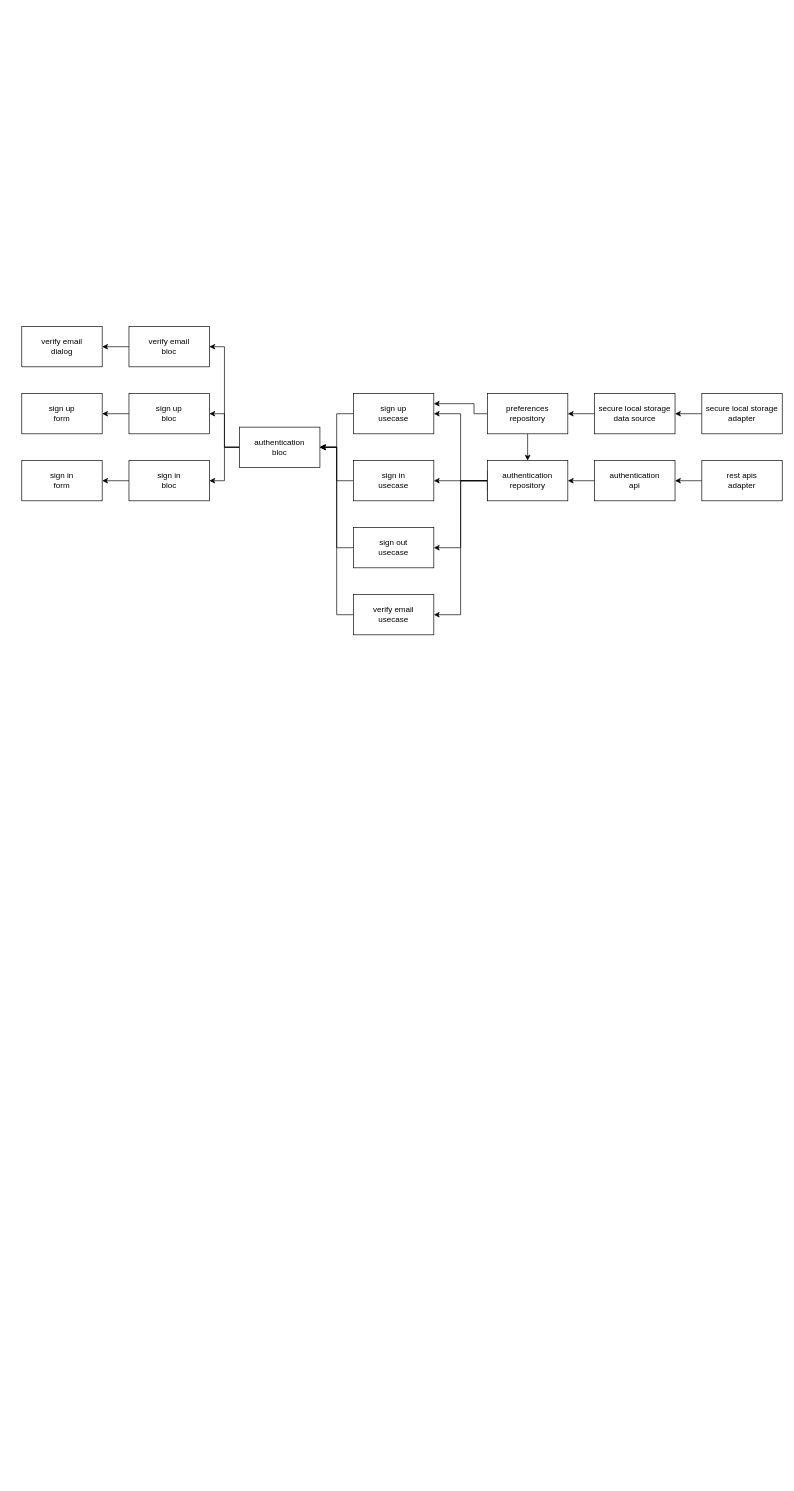
This is app_diagram.drawio from tehort/clean_architecture_template_application, a draw.io file, before an edit. Source tidied: cells renumbered, new cells numbered last; positions are measured from the earlier drawing's top-left corner, leaving out a move shared by most shapes. Both pictures are drawn from the tidied source at 67%, with x=0, y=0 at pixel (21, 326).
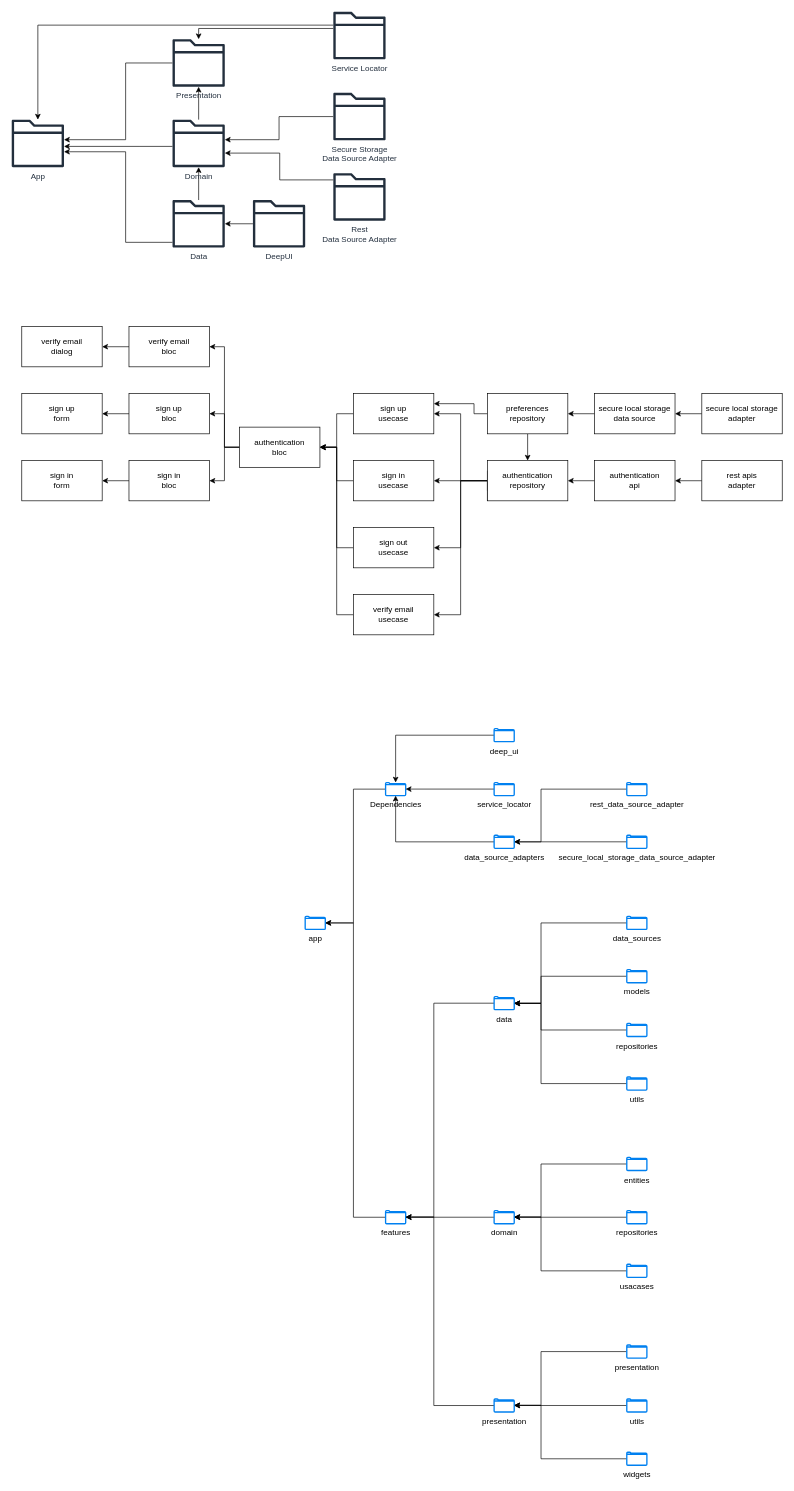
After the change.

What changed in the source:
```diff
@@
+    <mxCell id="39" value="App" style="sketch=0;outlineConnect=0;fontColor=#232F3E;gradientColor=none;fillColor=#232F3D;strokeColor=none;dashed=0;verticalLabelPosition=bottom;verticalAlign=top;align=center;html=1;fontSize=12;fontStyle=0;shape=mxgraph.aws4.folder;" parent="1" vertex="1">
+      <mxGeometry x="-15" y="-309" width="78" height="71" as="geometry" />
+    </mxCell>
+    <mxCell id="40" style="edgeStyle=orthogonalEdgeStyle;rounded=0;jettySize=auto;html=1;" parent="1" edge="1" source="41" target="39">
+      <mxGeometry relative="1" as="geometry">
+        <Array as="points">
+          <mxPoint x="155" y="-394" />
+          <mxPoint x="155" y="-279" />
+        </Array>
+      </mxGeometry>
+    </mxCell>
+    <mxCell id="41" value="Presentation" style="sketch=0;outlineConnect=0;fontColor=#232F3E;gradientColor=none;fillColor=#232F3D;strokeColor=none;dashed=0;verticalLabelPosition=bottom;verticalAlign=top;align=center;html=1;fontSize=12;fontStyle=0;shape=mxgraph.aws4.folder;" parent="1" vertex="1">
+      <mxGeometry x="225" y="-429" width="78" height="71" as="geometry" />
+    </mxCell>
+    <mxCell id="42" style="edgeStyle=orthogonalEdgeStyle;rounded=0;jettySize=auto;html=1;" parent="1" edge="1" target="39">
+      <mxGeometry relative="1" as="geometry">
+        <mxPoint x="225" y="-125.8" as="sourcePoint" />
+        <Array as="points">
+          <mxPoint x="155" y="-126" />
+          <mxPoint x="155" y="-261" />
+        </Array>
+      </mxGeometry>
+    </mxCell>
+    <mxCell id="43" style="edgeStyle=orthogonalEdgeStyle;rounded=0;jettySize=auto;html=1;" parent="1" edge="1" source="44" target="47">
+      <mxGeometry relative="1" as="geometry" />
+    </mxCell>
+    <mxCell id="44" value="Data" style="sketch=0;outlineConnect=0;fontColor=#232F3E;gradientColor=none;fillColor=#232F3D;strokeColor=none;dashed=0;verticalLabelPosition=bottom;verticalAlign=top;align=center;html=1;fontSize=12;fontStyle=0;shape=mxgraph.aws4.folder;" parent="1" vertex="1">
+      <mxGeometry x="225" y="-189" width="78" height="71" as="geometry" />
+    </mxCell>
+    <mxCell id="45" style="edgeStyle=orthogonalEdgeStyle;rounded=0;jettySize=auto;html=1;" parent="1" edge="1" source="47" target="39">
+      <mxGeometry relative="1" as="geometry">
+        <Array as="points">
+          <mxPoint x="175" y="-269" />
+          <mxPoint x="175" y="-269" />
+        </Array>
+      </mxGeometry>
+    </mxCell>
+    <mxCell id="46" style="edgeStyle=orthogonalEdgeStyle;rounded=0;jettySize=auto;html=1;" parent="1" edge="1" source="47" target="41">
+      <mxGeometry relative="1" as="geometry" />
+    </mxCell>
+    <mxCell id="47" value="Domain" style="sketch=0;outlineConnect=0;fontColor=#232F3E;gradientColor=none;fillColor=#232F3D;strokeColor=none;dashed=0;verticalLabelPosition=bottom;verticalAlign=top;align=center;html=1;fontSize=12;fontStyle=0;shape=mxgraph.aws4.folder;" parent="1" vertex="1">
+      <mxGeometry x="225" y="-309" width="78" height="71" as="geometry" />
+    </mxCell>
+    <mxCell id="48" style="edgeStyle=orthogonalEdgeStyle;rounded=0;jettySize=auto;html=1;" parent="1" edge="1" source="50" target="41">
+      <mxGeometry relative="1" as="geometry">
+        <Array as="points">
+          <mxPoint x="264" y="-445" />
+        </Array>
+      </mxGeometry>
+    </mxCell>
+    <mxCell id="49" style="edgeStyle=orthogonalEdgeStyle;rounded=0;jettySize=auto;html=1;" parent="1" edge="1" source="50" target="39">
+      <mxGeometry relative="1" as="geometry">
+        <Array as="points">
+          <mxPoint x="24" y="-450" />
+        </Array>
+      </mxGeometry>
+    </mxCell>
+    <mxCell id="50" value="Service Locator" style="sketch=0;outlineConnect=0;fontColor=#232F3E;gradientColor=none;fillColor=#232F3D;strokeColor=none;dashed=0;verticalLabelPosition=bottom;verticalAlign=top;align=center;html=1;fontSize=12;fontStyle=0;shape=mxgraph.aws4.folder;" parent="1" vertex="1">
+      <mxGeometry x="465" y="-470" width="78" height="71" as="geometry" />
+    </mxCell>
+    <mxCell id="51" style="edgeStyle=orthogonalEdgeStyle;rounded=0;jettySize=auto;html=1;" parent="1" edge="1" source="52" target="47">
+      <mxGeometry relative="1" as="geometry">
+        <Array as="points">
+          <mxPoint x="385" y="-219" />
+          <mxPoint x="385" y="-259" />
+        </Array>
+      </mxGeometry>
+    </mxCell>
+    <mxCell id="52" value="Rest &lt;br&gt;Data Source Adapter" style="sketch=0;outlineConnect=0;fontColor=#232F3E;gradientColor=none;fillColor=#232F3D;strokeColor=none;dashed=0;verticalLabelPosition=bottom;verticalAlign=top;align=center;html=1;fontSize=12;fontStyle=0;shape=mxgraph.aws4.folder;" parent="1" vertex="1">
+      <mxGeometry x="465" y="-229" width="78" height="71" as="geometry" />
+    </mxCell>
+    <mxCell id="53" style="edgeStyle=orthogonalEdgeStyle;rounded=0;jettySize=auto;html=1;" parent="1" edge="1" source="54" target="47">
+      <mxGeometry relative="1" as="geometry">
+        <Array as="points">
+          <mxPoint x="384" y="-313" />
+          <mxPoint x="384" y="-279" />
+        </Array>
+      </mxGeometry>
+    </mxCell>
+    <mxCell id="54" value="Secure Storage &lt;br&gt;Data Source Adapter" style="sketch=0;outlineConnect=0;fontColor=#232F3E;gradientColor=none;fillColor=#232F3D;strokeColor=none;dashed=0;verticalLabelPosition=bottom;verticalAlign=top;align=center;html=1;fontSize=12;fontStyle=0;shape=mxgraph.aws4.folder;" parent="1" vertex="1">
+      <mxGeometry x="465" y="-349" width="78" height="71" as="geometry" />
+    </mxCell>
+    <mxCell id="55" style="edgeStyle=orthogonalEdgeStyle;rounded=0;jettySize=auto;html=1;" parent="1" edge="1" source="56" target="44">
+      <mxGeometry relative="1" as="geometry" />
+    </mxCell>
+    <mxCell id="56" value="DeepUI" style="sketch=0;outlineConnect=0;fontColor=#232F3E;gradientColor=none;fillColor=#232F3D;strokeColor=none;dashed=0;verticalLabelPosition=bottom;verticalAlign=top;align=center;html=1;fontSize=12;fontStyle=0;shape=mxgraph.aws4.folder;" parent="1" vertex="1">
+      <mxGeometry x="345" y="-189" width="78" height="71" as="geometry" />
+    </mxCell>
+    <mxCell id="57" value="app" style="html=1;verticalLabelPosition=bottom;align=center;labelBackgroundColor=#ffffff;verticalAlign=top;strokeWidth=2;strokeColor=#0080F0;shadow=0;dashed=0;shape=mxgraph.ios7.icons.folder;" parent="1" vertex="1">
+      <mxGeometry x="423" y="880.2" width="30" height="19.5" as="geometry" />
+    </mxCell>
+    <mxCell id="58" style="edgeStyle=orthogonalEdgeStyle;rounded=0;jettySize=auto;html=1;" parent="1" edge="1" source="59" target="57">
+      <mxGeometry relative="1" as="geometry">
+        <Array as="points">
+          <mxPoint x="495" y="690" />
+          <mxPoint x="495" y="890" />
+        </Array>
+      </mxGeometry>
+    </mxCell>
+    <mxCell id="59" value="Dependencies" style="html=1;verticalLabelPosition=bottom;align=center;labelBackgroundColor=#ffffff;verticalAlign=top;strokeWidth=2;strokeColor=#0080F0;shadow=0;dashed=0;shape=mxgraph.ios7.icons.folder;" parent="1" vertex="1">
+      <mxGeometry x="543" y="680.5" width="30" height="19.5" as="geometry" />
+    </mxCell>
+    <mxCell id="60" style="edgeStyle=orthogonalEdgeStyle;rounded=0;jettySize=auto;html=1;" parent="1" edge="1" source="61" target="57">
+      <mxGeometry relative="1" as="geometry">
+        <Array as="points">
+          <mxPoint x="495" y="1329" />
+          <mxPoint x="495" y="890" />
+        </Array>
+      </mxGeometry>
+    </mxCell>
+    <mxCell id="61" value="features" style="html=1;verticalLabelPosition=bottom;align=center;labelBackgroundColor=#ffffff;verticalAlign=top;strokeWidth=2;strokeColor=#0080F0;shadow=0;dashed=0;shape=mxgraph.ios7.icons.folder;" parent="1" vertex="1">
+      <mxGeometry x="543" y="1319.5" width="30" height="19.5" as="geometry" />
+    </mxCell>
+    <mxCell id="62" style="edgeStyle=orthogonalEdgeStyle;rounded=0;jettySize=auto;html=1;" parent="1" edge="1" source="63" target="61">
+      <mxGeometry relative="1" as="geometry">
+        <Array as="points">
+          <mxPoint x="615" y="1010" />
+          <mxPoint x="615" y="1329" />
+        </Array>
+      </mxGeometry>
+    </mxCell>
+    <mxCell id="63" value="data" style="html=1;verticalLabelPosition=bottom;align=center;labelBackgroundColor=#ffffff;verticalAlign=top;strokeWidth=2;strokeColor=#0080F0;shadow=0;dashed=0;shape=mxgraph.ios7.icons.folder;" parent="1" vertex="1">
+      <mxGeometry x="705" y="1000" width="30" height="19.5" as="geometry" />
+    </mxCell>
+    <mxCell id="64" style="edgeStyle=orthogonalEdgeStyle;rounded=0;jettySize=auto;html=1;" parent="1" edge="1" source="65" target="61">
+      <mxGeometry relative="1" as="geometry" />
+    </mxCell>
+    <mxCell id="65" value="domain" style="html=1;verticalLabelPosition=bottom;align=center;labelBackgroundColor=#ffffff;verticalAlign=top;strokeWidth=2;strokeColor=#0080F0;shadow=0;dashed=0;shape=mxgraph.ios7.icons.folder;" parent="1" vertex="1">
+      <mxGeometry x="705" y="1319.5" width="30" height="19.5" as="geometry" />
+    </mxCell>
+    <mxCell id="66" style="edgeStyle=orthogonalEdgeStyle;rounded=0;jettySize=auto;html=1;" parent="1" edge="1" source="67" target="61">
+      <mxGeometry relative="1" as="geometry">
+        <Array as="points">
+          <mxPoint x="615" y="1610" />
+          <mxPoint x="615" y="1329" />
+        </Array>
+      </mxGeometry>
+    </mxCell>
+    <mxCell id="67" value="presentation" style="html=1;verticalLabelPosition=bottom;align=center;labelBackgroundColor=#ffffff;verticalAlign=top;strokeWidth=2;strokeColor=#0080F0;shadow=0;dashed=0;shape=mxgraph.ios7.icons.folder;" parent="1" vertex="1">
+      <mxGeometry x="705" y="1600.5" width="30" height="19.5" as="geometry" />
+    </mxCell>
+    <mxCell id="68" style="edgeStyle=orthogonalEdgeStyle;rounded=0;jettySize=auto;html=1;" parent="1" edge="1" source="69" target="59">
+      <mxGeometry relative="1" as="geometry" />
+    </mxCell>
+    <mxCell id="69" value="data_source_adapters" style="html=1;verticalLabelPosition=bottom;align=center;labelBackgroundColor=#ffffff;verticalAlign=top;strokeWidth=2;strokeColor=#0080F0;shadow=0;dashed=0;shape=mxgraph.ios7.icons.folder;" parent="1" vertex="1">
+      <mxGeometry x="705" y="759.2" width="30" height="19.5" as="geometry" />
+    </mxCell>
+    <mxCell id="70" style="edgeStyle=orthogonalEdgeStyle;rounded=0;jettySize=auto;html=1;" parent="1" edge="1" source="71" target="69">
+      <mxGeometry relative="1" as="geometry" />
+    </mxCell>
+    <mxCell id="71" value="secure_local_storage_data_source_adapter" style="html=1;verticalLabelPosition=bottom;align=center;labelBackgroundColor=#ffffff;verticalAlign=top;strokeWidth=2;strokeColor=#0080F0;shadow=0;dashed=0;shape=mxgraph.ios7.icons.folder;" parent="1" vertex="1">
+      <mxGeometry x="903" y="759.2" width="30" height="19.5" as="geometry" />
+    </mxCell>
+    <mxCell id="72" style="edgeStyle=orthogonalEdgeStyle;rounded=0;jettySize=auto;html=1;" parent="1" edge="1" source="73" target="69">
+      <mxGeometry relative="1" as="geometry">
+        <Array as="points">
+          <mxPoint x="775" y="690" />
+          <mxPoint x="775" y="769" />
+        </Array>
+      </mxGeometry>
+    </mxCell>
+    <mxCell id="73" value="rest_data_source_adapter" style="html=1;verticalLabelPosition=bottom;align=center;labelBackgroundColor=#ffffff;verticalAlign=top;strokeWidth=2;strokeColor=#0080F0;shadow=0;dashed=0;shape=mxgraph.ios7.icons.folder;" parent="1" vertex="1">
+      <mxGeometry x="903" y="680.5" width="30" height="19.5" as="geometry" />
+    </mxCell>
+    <mxCell id="74" style="edgeStyle=orthogonalEdgeStyle;rounded=0;jettySize=auto;html=1;" parent="1" edge="1" source="75" target="59">
+      <mxGeometry relative="1" as="geometry" />
+    </mxCell>
+    <mxCell id="75" value="deep_ui" style="html=1;verticalLabelPosition=bottom;align=center;labelBackgroundColor=#ffffff;verticalAlign=top;strokeWidth=2;strokeColor=#0080F0;shadow=0;dashed=0;shape=mxgraph.ios7.icons.folder;" parent="1" vertex="1">
+      <mxGeometry x="705" y="600" width="30" height="19.5" as="geometry" />
+    </mxCell>
+    <mxCell id="76" style="edgeStyle=orthogonalEdgeStyle;rounded=0;jettySize=auto;html=1;" parent="1" edge="1" source="77" target="59">
+      <mxGeometry relative="1" as="geometry" />
+    </mxCell>
+    <mxCell id="77" value="service_locator" style="html=1;verticalLabelPosition=bottom;align=center;labelBackgroundColor=#ffffff;verticalAlign=top;strokeWidth=2;strokeColor=#0080F0;shadow=0;dashed=0;shape=mxgraph.ios7.icons.folder;" parent="1" vertex="1">
+      <mxGeometry x="705" y="680.5" width="30" height="19.5" as="geometry" />
+    </mxCell>
+    <mxCell id="78" style="edgeStyle=orthogonalEdgeStyle;rounded=0;jettySize=auto;html=1;" parent="1" edge="1" source="79" target="63">
+      <mxGeometry relative="1" as="geometry">
+        <Array as="points">
+          <mxPoint x="775" y="890" />
+          <mxPoint x="775" y="1010" />
+        </Array>
+      </mxGeometry>
+    </mxCell>
+    <mxCell id="79" value="data_sources" style="html=1;verticalLabelPosition=bottom;align=center;labelBackgroundColor=#ffffff;verticalAlign=top;strokeWidth=2;strokeColor=#0080F0;shadow=0;dashed=0;shape=mxgraph.ios7.icons.folder;" parent="1" vertex="1">
+      <mxGeometry x="903" y="880.2" width="30" height="19.5" as="geometry" />
+    </mxCell>
+    <mxCell id="80" style="edgeStyle=orthogonalEdgeStyle;rounded=0;jettySize=auto;html=1;" parent="1" edge="1" source="81" target="63">
+      <mxGeometry relative="1" as="geometry">
+        <Array as="points">
+          <mxPoint x="775" y="970" />
+          <mxPoint x="775" y="1010" />
+        </Array>
+      </mxGeometry>
+    </mxCell>
+    <mxCell id="81" value="models" style="html=1;verticalLabelPosition=bottom;align=center;labelBackgroundColor=#ffffff;verticalAlign=top;strokeWidth=2;strokeColor=#0080F0;shadow=0;dashed=0;shape=mxgraph.ios7.icons.folder;" parent="1" vertex="1">
+      <mxGeometry x="903" y="959.8" width="30" height="19.5" as="geometry" />
+    </mxCell>
+    <mxCell id="82" style="edgeStyle=orthogonalEdgeStyle;rounded=0;jettySize=auto;html=1;" parent="1" edge="1" source="83" target="63">
+      <mxGeometry relative="1" as="geometry">
+        <Array as="points">
+          <mxPoint x="775" y="1050" />
+          <mxPoint x="775" y="1010" />
+        </Array>
+      </mxGeometry>
+    </mxCell>
+    <mxCell id="83" value="repositories" style="html=1;verticalLabelPosition=bottom;align=center;labelBackgroundColor=#ffffff;verticalAlign=top;strokeWidth=2;strokeColor=#0080F0;shadow=0;dashed=0;shape=mxgraph.ios7.icons.folder;" parent="1" vertex="1">
+      <mxGeometry x="903" y="1040" width="30" height="19.5" as="geometry" />
+    </mxCell>
+    <mxCell id="84" style="edgeStyle=orthogonalEdgeStyle;rounded=0;jettySize=auto;html=1;" parent="1" edge="1" source="85" target="63">
+      <mxGeometry relative="1" as="geometry">
+        <Array as="points">
+          <mxPoint x="775" y="1130" />
+          <mxPoint x="775" y="1010" />
+        </Array>
+      </mxGeometry>
+    </mxCell>
+    <mxCell id="85" value="utils" style="html=1;verticalLabelPosition=bottom;align=center;labelBackgroundColor=#ffffff;verticalAlign=top;strokeWidth=2;strokeColor=#0080F0;shadow=0;dashed=0;shape=mxgraph.ios7.icons.folder;" parent="1" vertex="1">
+      <mxGeometry x="903" y="1120" width="30" height="19.5" as="geometry" />
+    </mxCell>
+    <mxCell id="86" style="edgeStyle=orthogonalEdgeStyle;rounded=0;jettySize=auto;html=1;" parent="1" edge="1" source="87" target="65">
+      <mxGeometry relative="1" as="geometry">
+        <Array as="points">
+          <mxPoint x="775" y="1409" />
+          <mxPoint x="775" y="1329" />
+        </Array>
+      </mxGeometry>
+    </mxCell>
+    <mxCell id="87" value="usacases" style="html=1;verticalLabelPosition=bottom;align=center;labelBackgroundColor=#ffffff;verticalAlign=top;strokeWidth=2;strokeColor=#0080F0;shadow=0;dashed=0;shape=mxgraph.ios7.icons.folder;" parent="1" vertex="1">
+      <mxGeometry x="903" y="1399.5" width="30" height="19.5" as="geometry" />
+    </mxCell>
+    <mxCell id="88" style="edgeStyle=orthogonalEdgeStyle;rounded=0;jettySize=auto;html=1;" parent="1" edge="1" source="89" target="65">
+      <mxGeometry relative="1" as="geometry">
+        <Array as="points">
+          <mxPoint x="775" y="1250" />
+          <mxPoint x="775" y="1329" />
+        </Array>
+      </mxGeometry>
+    </mxCell>
+    <mxCell id="89" value="entities" style="html=1;verticalLabelPosition=bottom;align=center;labelBackgroundColor=#ffffff;verticalAlign=top;strokeWidth=2;strokeColor=#0080F0;shadow=0;dashed=0;shape=mxgraph.ios7.icons.folder;" parent="1" vertex="1">
+      <mxGeometry x="903" y="1240" width="30" height="19.5" as="geometry" />
+    </mxCell>
+    <mxCell id="90" style="edgeStyle=orthogonalEdgeStyle;rounded=0;jettySize=auto;html=1;" parent="1" edge="1" source="91" target="65">
+      <mxGeometry relative="1" as="geometry" />
+    </mxCell>
+    <mxCell id="91" value="repositories" style="html=1;verticalLabelPosition=bottom;align=center;labelBackgroundColor=#ffffff;verticalAlign=top;strokeWidth=2;strokeColor=#0080F0;shadow=0;dashed=0;shape=mxgraph.ios7.icons.folder;" parent="1" vertex="1">
+      <mxGeometry x="903" y="1319.5" width="30" height="19.5" as="geometry" />
+    </mxCell>
+    <mxCell id="92" style="edgeStyle=orthogonalEdgeStyle;rounded=0;jettySize=auto;html=1;" parent="1" edge="1" source="93" target="67">
+      <mxGeometry relative="1" as="geometry">
+        <Array as="points">
+          <mxPoint x="775" y="1530" />
+          <mxPoint x="775" y="1610" />
+        </Array>
+      </mxGeometry>
+    </mxCell>
+    <mxCell id="93" value="presentation" style="html=1;verticalLabelPosition=bottom;align=center;labelBackgroundColor=#ffffff;verticalAlign=top;strokeWidth=2;strokeColor=#0080F0;shadow=0;dashed=0;shape=mxgraph.ios7.icons.folder;" parent="1" vertex="1">
+      <mxGeometry x="903" y="1520" width="30" height="19.5" as="geometry" />
+    </mxCell>
+    <mxCell id="94" style="edgeStyle=orthogonalEdgeStyle;rounded=0;jettySize=auto;html=1;" parent="1" edge="1" source="95" target="67">
+      <mxGeometry relative="1" as="geometry" />
+    </mxCell>
+    <mxCell id="95" value="utils" style="html=1;verticalLabelPosition=bottom;align=center;labelBackgroundColor=#ffffff;verticalAlign=top;strokeWidth=2;strokeColor=#0080F0;shadow=0;dashed=0;shape=mxgraph.ios7.icons.folder;" parent="1" vertex="1">
+      <mxGeometry x="903" y="1600.5" width="30" height="19.5" as="geometry" />
+    </mxCell>
+    <mxCell id="96" style="edgeStyle=orthogonalEdgeStyle;rounded=0;jettySize=auto;html=1;" parent="1" edge="1" source="97" target="67">
+      <mxGeometry relative="1" as="geometry">
+        <Array as="points">
+          <mxPoint x="775" y="1690" />
+          <mxPoint x="775" y="1610" />
+        </Array>
+      </mxGeometry>
+    </mxCell>
+    <mxCell id="97" value="widgets" style="html=1;verticalLabelPosition=bottom;align=center;labelBackgroundColor=#ffffff;verticalAlign=top;strokeWidth=2;strokeColor=#0080F0;shadow=0;dashed=0;shape=mxgraph.ios7.icons.folder;" parent="1" vertex="1">
+      <mxGeometry x="903" y="1680" width="30" height="19.5" as="geometry" />
+    </mxCell>
```
